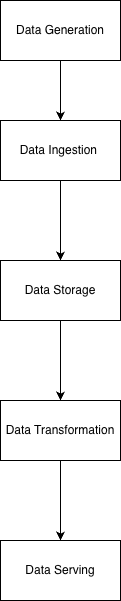
Above: architecture.png in PatelAaryan03/DE_P1 (draw.io), before the change. Source tidied: cells renumbered, new cells last; positions are measured from the earlier drawing's top-left corner, leaving out a move shared by most shapes.
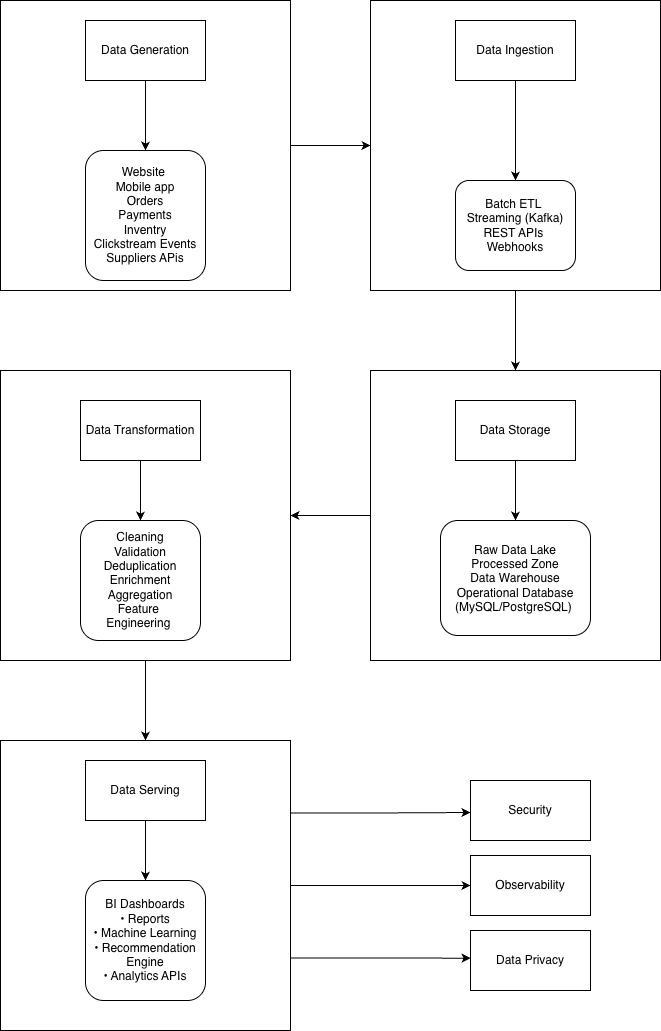
Above is the later version.

The edit, as a diff of the source:
```diff
@@ -2,32 +2,101 @@
   <root>
     <mxCell id="0" />
     <mxCell id="1" parent="0" />
-    <mxCell id="2" style="edgeStyle=orthogonalEdgeStyle;rounded=0;jettySize=auto;html=1;" parent="1" edge="1" source="3" target="5">
-      <mxGeometry relative="1" as="geometry" />
-    </mxCell>
+    <mxCell id="11" style="edgeStyle=orthogonalEdgeStyle;rounded=0;jettySize=auto;html=1;" parent="1" edge="1" source="12" target="16">
+      <mxGeometry relative="1" as="geometry" />
+    </mxCell>
+    <mxCell id="12" style="whiteSpace=wrap;html=1;" parent="1" vertex="1">
+      <mxGeometry x="-230" y="-90" width="290" height="290" as="geometry" />
+    </mxCell>
+    <mxCell id="13" style="edgeStyle=orthogonalEdgeStyle;rounded=0;jettySize=auto;html=1;" parent="1" edge="1" source="3">
+      <mxGeometry relative="1" as="geometry">
+        <mxPoint x="-85" y="60" as="targetPoint" />
+      </mxGeometry>
+    </mxCell>
     <mxCell id="3" value="Data Generation" style="rounded=0;whiteSpace=wrap;html=1;" parent="1" vertex="1">
-      <mxGeometry width="120" height="60" as="geometry" />
+      <mxGeometry x="-145" y="-70" width="120" height="60" as="geometry" />
     </mxCell>
-    <mxCell id="4" style="edgeStyle=orthogonalEdgeStyle;rounded=0;jettySize=auto;html=1;" parent="1" edge="1" source="5" target="7">
-      <mxGeometry relative="1" as="geometry" />
-    </mxCell>
+    <mxCell id="14" value="Website&amp;nbsp;&lt;div&gt;Mobile app&lt;/div&gt;&lt;div&gt;Orders&lt;/div&gt;&lt;div&gt;Payments&lt;/div&gt;&lt;div&gt;Inventry&lt;/div&gt;&lt;div&gt;Clickstream Events&lt;/div&gt;&lt;div&gt;Suppliers APis&lt;/div&gt;" style="rounded=1;whiteSpace=wrap;html=1;" parent="1" vertex="1">
+      <mxGeometry x="-145" y="60" width="120" height="130" as="geometry" />
+    </mxCell>
+    <mxCell id="15" style="edgeStyle=orthogonalEdgeStyle;rounded=0;jettySize=auto;html=1;" parent="1" edge="1" source="16" target="20">
+      <mxGeometry relative="1" as="geometry" />
+    </mxCell>
+    <mxCell id="16" style="whiteSpace=wrap;html=1;" parent="1" vertex="1">
+      <mxGeometry x="140" y="-90" width="290" height="290" as="geometry" />
+    </mxCell>
+    <mxCell id="17" style="edgeStyle=orthogonalEdgeStyle;rounded=0;jettySize=auto;html=1;" parent="1" edge="1" source="5" target="18">
+      <mxGeometry relative="1" as="geometry" />
+    </mxCell>
-    <mxCell id="5" value="Data Ingestion&amp;nbsp;" style="rounded=0;whiteSpace=wrap;html=1;" parent="1" vertex="1">
-      <mxGeometry y="120" width="120" height="60" as="geometry" />
+    <mxCell id="5" value="Data Ingestion" style="rounded=0;whiteSpace=wrap;html=1;" parent="1" vertex="1">
+      <mxGeometry x="225" y="-70" width="120" height="60" as="geometry" />
     </mxCell>
-    <mxCell id="6" style="edgeStyle=orthogonalEdgeStyle;rounded=0;jettySize=auto;html=1;" parent="1" edge="1" source="7" target="9">
-      <mxGeometry relative="1" as="geometry" />
-    </mxCell>
+    <mxCell id="18" value="Batch ETL&amp;nbsp;&lt;div&gt;&amp;nbsp;Streaming (Kafka)&amp;nbsp; REST APIs&amp;nbsp; Webhooks&lt;/div&gt;" style="rounded=1;whiteSpace=wrap;html=1;" parent="1" vertex="1">
+      <mxGeometry x="225" y="90" width="120" height="90" as="geometry" />
+    </mxCell>
+    <mxCell id="19" style="edgeStyle=orthogonalEdgeStyle;rounded=0;jettySize=auto;html=1;" parent="1" edge="1" source="20" target="24">
+      <mxGeometry relative="1" as="geometry" />
+    </mxCell>
+    <mxCell id="20" style="whiteSpace=wrap;html=1;" parent="1" vertex="1">
+      <mxGeometry x="140" y="280" width="290" height="290" as="geometry" />
+    </mxCell>
+    <mxCell id="21" style="edgeStyle=orthogonalEdgeStyle;rounded=0;jettySize=auto;html=1;" parent="1" edge="1" source="7" target="22">
+      <mxGeometry relative="1" as="geometry" />
+    </mxCell>
     <mxCell id="7" value="Data Storage" style="rounded=0;whiteSpace=wrap;html=1;" parent="1" vertex="1">
-      <mxGeometry y="260" width="120" height="60" as="geometry" />
+      <mxGeometry x="225" y="310" width="120" height="60" as="geometry" />
     </mxCell>
-    <mxCell id="8" style="edgeStyle=orthogonalEdgeStyle;rounded=0;jettySize=auto;html=1;" parent="1" edge="1" source="9" target="10">
-      <mxGeometry relative="1" as="geometry" />
-    </mxCell>
+    <mxCell id="22" value="Raw Data Lake&lt;br&gt;Processed Zone&lt;br&gt;Data Warehouse&lt;br&gt;Operational Database (MySQL/PostgreSQL)&amp;nbsp;" style="rounded=1;whiteSpace=wrap;html=1;" parent="1" vertex="1">
+      <mxGeometry x="210" y="430" width="150" height="115" as="geometry" />
+    </mxCell>
+    <mxCell id="23" style="edgeStyle=orthogonalEdgeStyle;rounded=0;jettySize=auto;html=1;" parent="1" edge="1" source="24" target="30">
+      <mxGeometry relative="1" as="geometry" />
+    </mxCell>
+    <mxCell id="24" style="whiteSpace=wrap;html=1;" parent="1" vertex="1">
+      <mxGeometry x="-230" y="280" width="290" height="290" as="geometry" />
+    </mxCell>
+    <mxCell id="25" style="edgeStyle=orthogonalEdgeStyle;rounded=0;jettySize=auto;html=1;" parent="1" edge="1" source="9" target="26">
+      <mxGeometry relative="1" as="geometry" />
+    </mxCell>
     <mxCell id="9" value="Data Transformation" style="rounded=0;whiteSpace=wrap;html=1;" parent="1" vertex="1">
-      <mxGeometry y="400" width="120" height="60" as="geometry" />
+      <mxGeometry x="-150" y="310" width="120" height="60" as="geometry" />
     </mxCell>
+    <mxCell id="26" value="Cleaning&lt;br&gt;Validation&lt;br&gt;Deduplication&lt;br&gt;Enrichment&lt;br&gt;Aggregation&lt;br&gt;Feature&amp;nbsp;&lt;div&gt;Engineering&amp;nbsp;&lt;/div&gt;" style="rounded=1;whiteSpace=wrap;html=1;" parent="1" vertex="1">
+      <mxGeometry x="-150" y="430" width="120" height="120" as="geometry" />
+    </mxCell>
+    <mxCell id="27" style="edgeStyle=orthogonalEdgeStyle;rounded=0;jettySize=auto;html=1;" parent="1" edge="1" source="30" target="33">
+      <mxGeometry relative="1" as="geometry" />
+    </mxCell>
+    <mxCell id="28" style="edgeStyle=orthogonalEdgeStyle;rounded=0;jettySize=auto;html=1;exitX=1;exitY=0.25;exitDx=0;exitDy=0;" parent="1" edge="1" source="30">
+      <mxGeometry relative="1" as="geometry">
+        <mxPoint x="240" y="722" as="targetPoint" />
+      </mxGeometry>
+    </mxCell>
+    <mxCell id="29" style="edgeStyle=orthogonalEdgeStyle;rounded=0;jettySize=auto;html=1;exitX=1;exitY=0.75;exitDx=0;exitDy=0;" parent="1" edge="1" source="30">
+      <mxGeometry relative="1" as="geometry">
+        <mxPoint x="240" y="867.7" as="targetPoint" />
+      </mxGeometry>
+    </mxCell>
+    <mxCell id="30" style="whiteSpace=wrap;html=1;" parent="1" vertex="1">
+      <mxGeometry x="-230" y="650" width="290" height="290" as="geometry" />
+    </mxCell>
+    <mxCell id="31" style="edgeStyle=orthogonalEdgeStyle;rounded=0;jettySize=auto;html=1;" parent="1" edge="1" source="10" target="32">
+      <mxGeometry relative="1" as="geometry" />
+    </mxCell>
     <mxCell id="10" value="Data Serving" style="rounded=0;whiteSpace=wrap;html=1;" parent="1" vertex="1">
-      <mxGeometry y="540" width="120" height="60" as="geometry" />
+      <mxGeometry x="-145" y="670" width="120" height="60" as="geometry" />
     </mxCell>
+    <mxCell id="32" value="BI Dashboards&lt;br/&gt;   • Reports&lt;br/&gt;   • Machine Learning&lt;br/&gt;   • Recommendation Engine&lt;br/&gt;   • Analytics APIs" style="rounded=1;whiteSpace=wrap;html=1;" parent="1" vertex="1">
+      <mxGeometry x="-145" y="790" width="120" height="120" as="geometry" />
+    </mxCell>
+    <mxCell id="33" value="Observability" style="whiteSpace=wrap;html=1;" parent="1" vertex="1">
+      <mxGeometry x="240" y="765" width="120" height="60" as="geometry" />
+    </mxCell>
+    <mxCell id="34" value="Security" style="rounded=0;whiteSpace=wrap;html=1;" parent="1" vertex="1">
+      <mxGeometry x="240" y="690" width="120" height="60" as="geometry" />
+    </mxCell>
+    <mxCell id="35" value="Data Privacy" style="rounded=0;whiteSpace=wrap;html=1;" parent="1" vertex="1">
+      <mxGeometry x="240" y="840" width="120" height="60" as="geometry" />
+    </mxCell>
   </root>
 </mxGraphModel>
```
